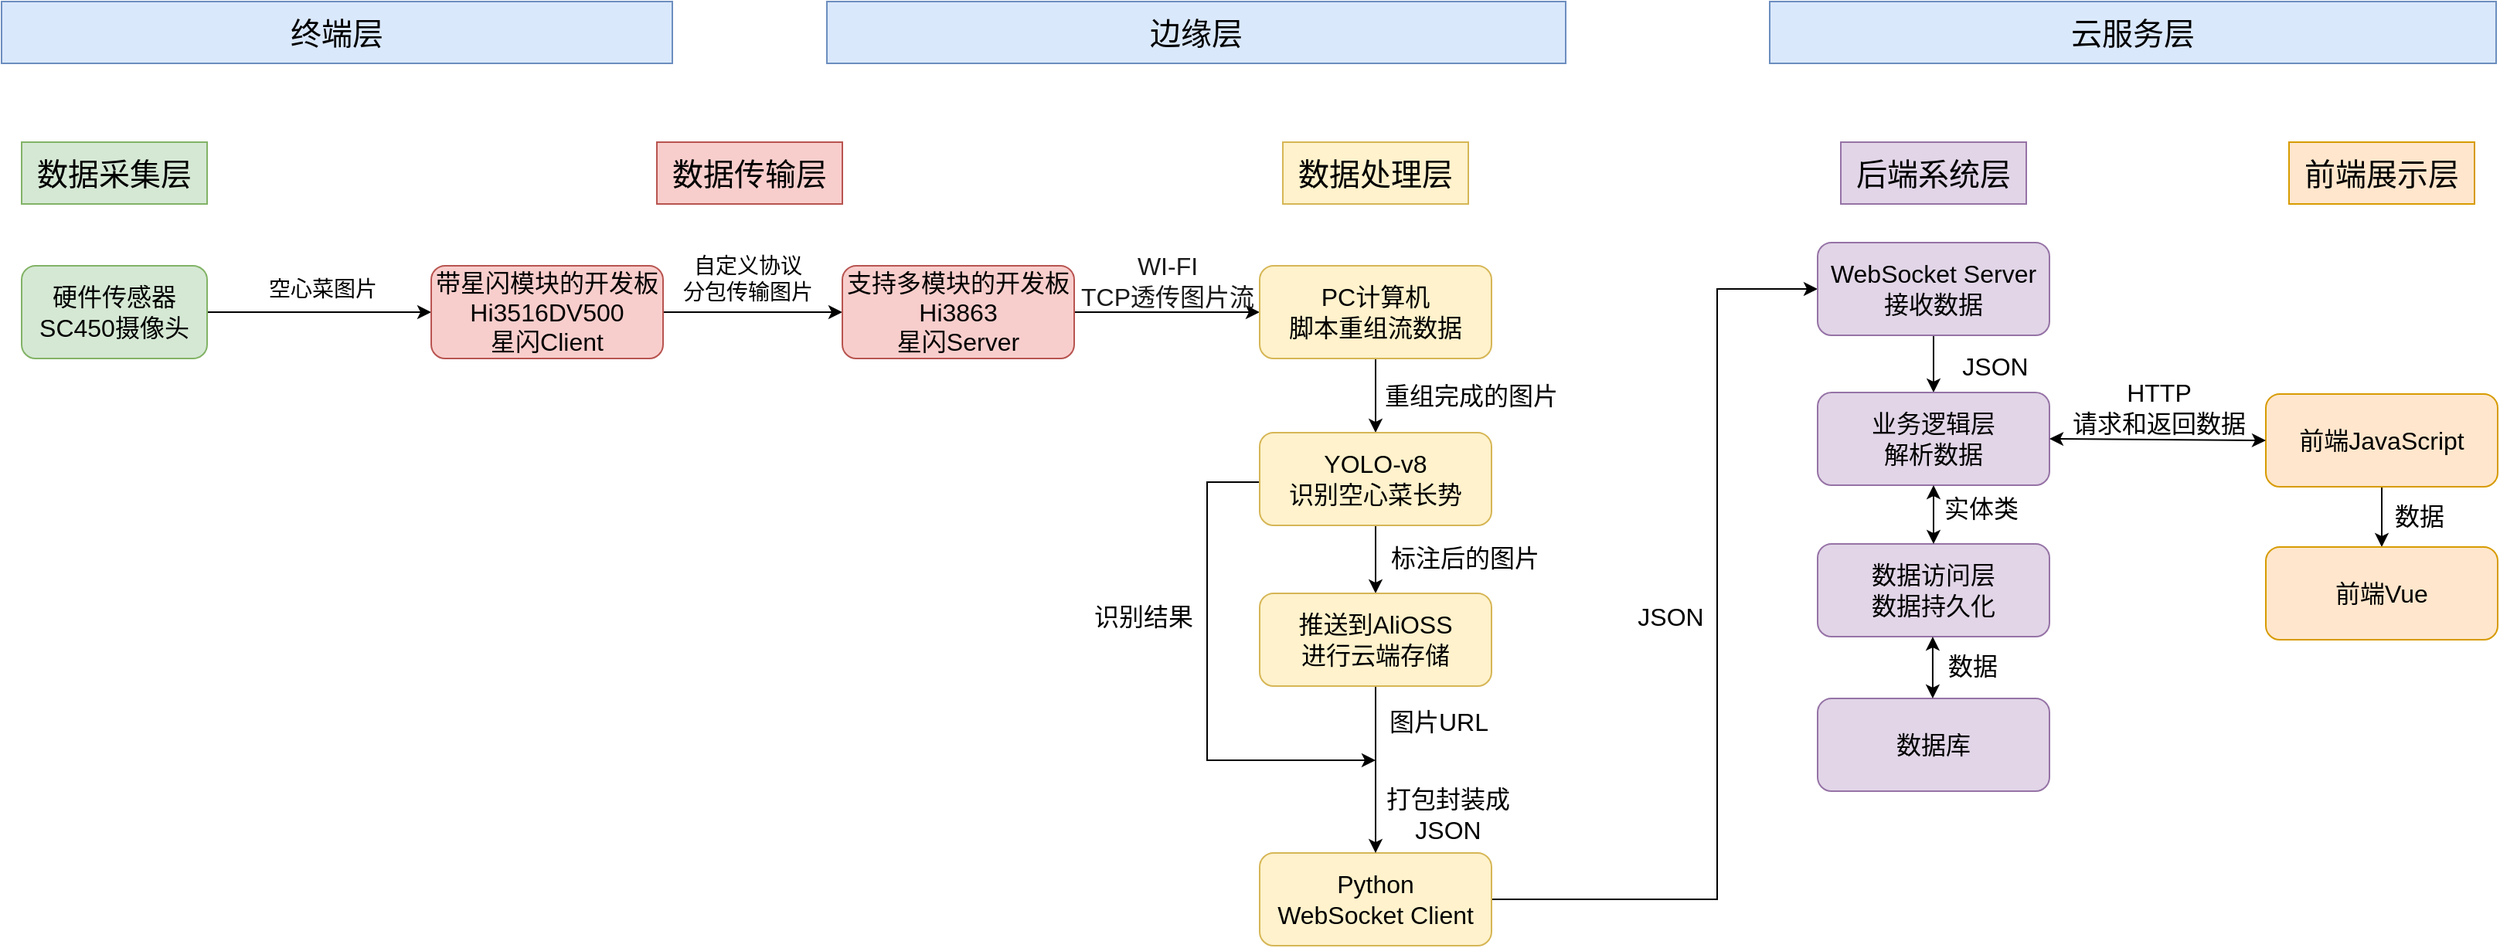
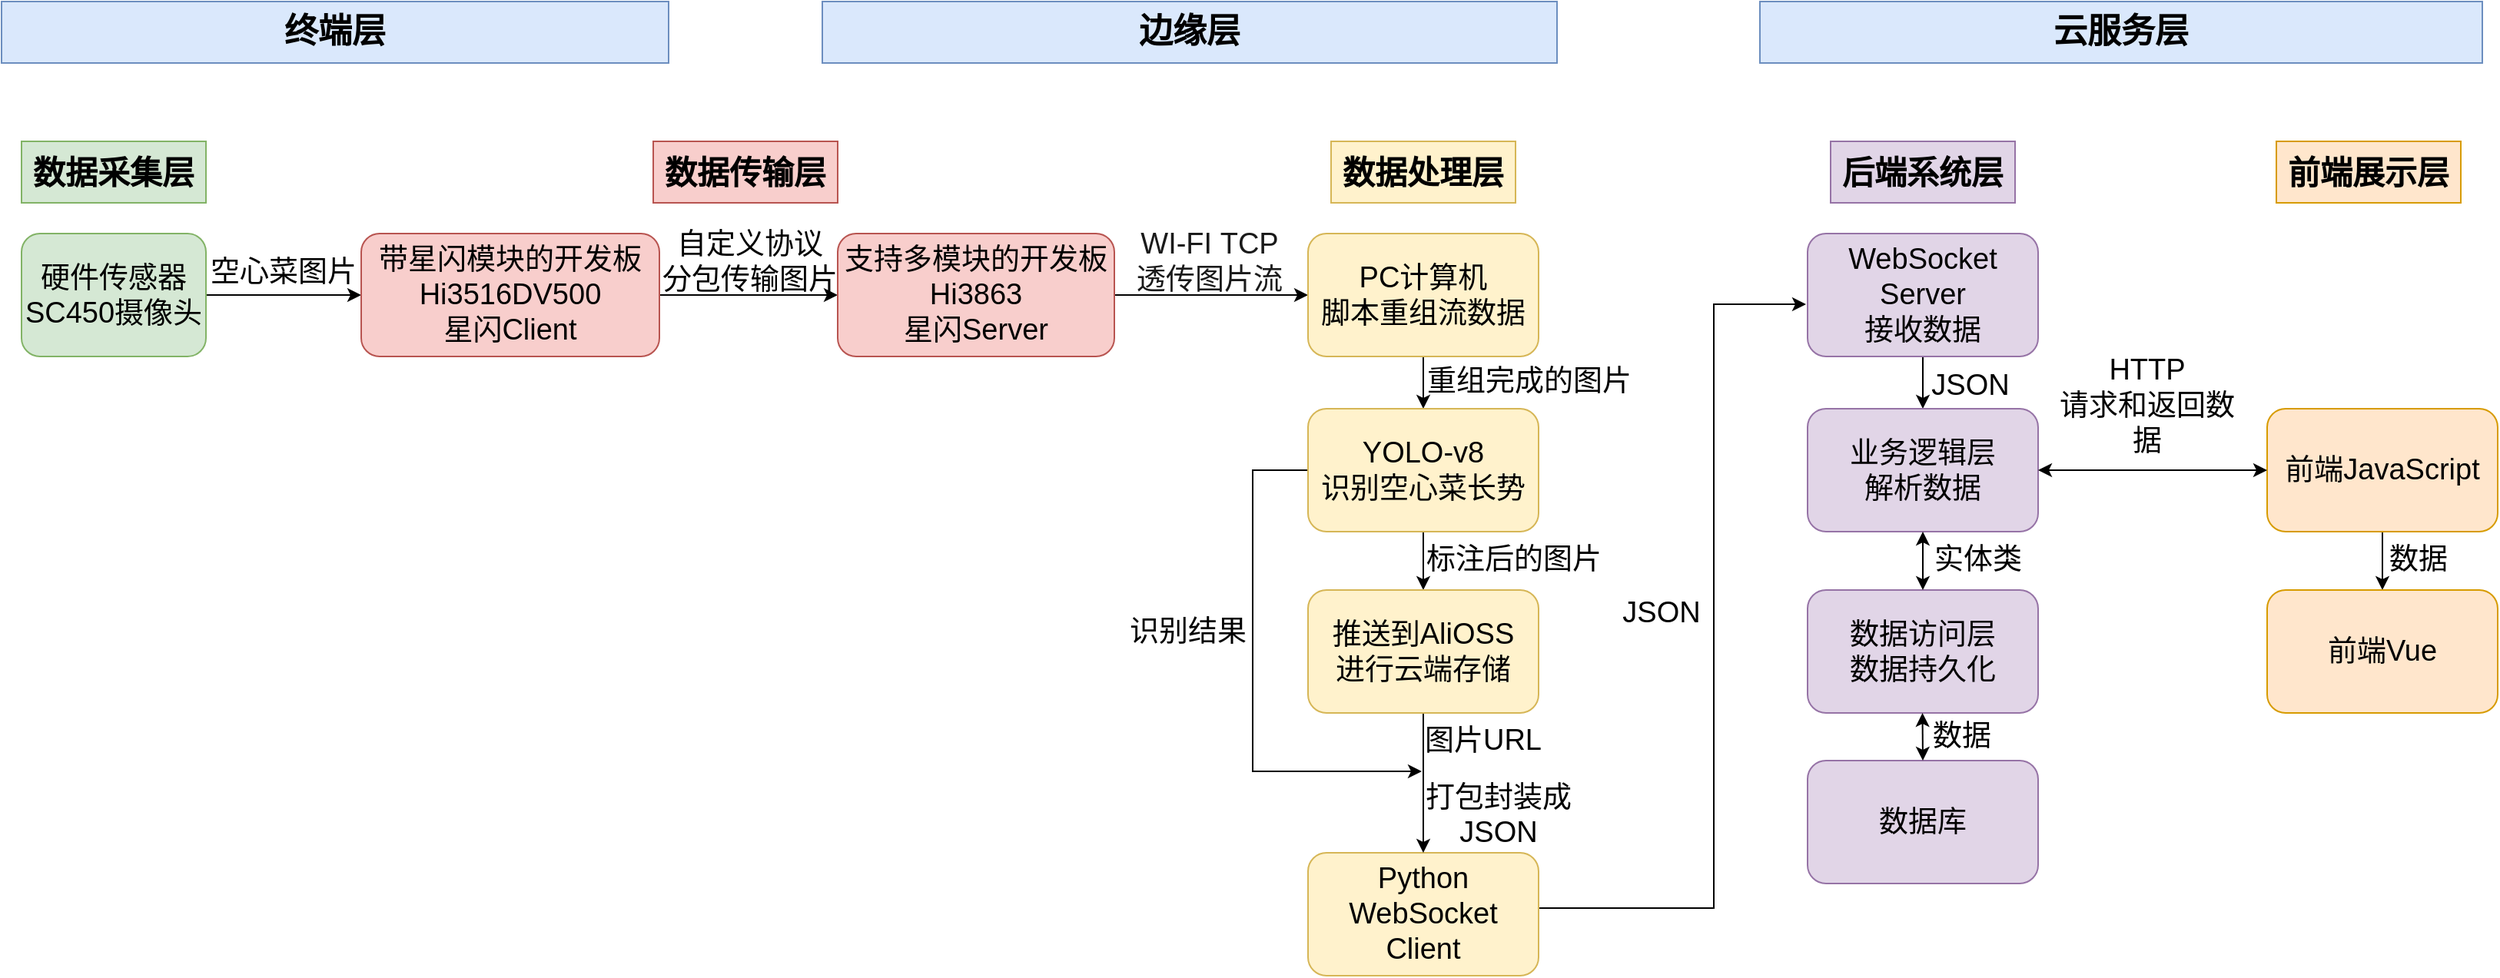
<mxfile host="app.diagrams.net" agent="Mozilla/5.0 (Windows NT 10.0; Win64; x64) AppleWebKit/537.36 (KHTML, like Gecko) Chrome/126.0.0.0 Safari/537.36">
  <diagram name="第 1 页" id="gskPCY7z24skU7jYZXO5">
-     <mxGraphModel dx="1698" dy="1195" grid="1" gridSize="10" guides="1" tooltips="1" connect="1" arrows="1" fold="1" page="1" pageScale="1" pageWidth="1654" pageHeight="2336" math="0" shadow="0">
+     <mxGraphModel dx="2076" dy="1460" grid="1" gridSize="10" guides="1" tooltips="1" connect="1" arrows="1" fold="1" page="1" pageScale="1" pageWidth="1654" pageHeight="2336" math="0" shadow="0">
      <root>
        <mxCell id="0" />
        <mxCell id="1" parent="0" />
-         <mxCell id="L0rwBrMiMggiHYlc6d-3-1" parent="1" style="rounded=0;whiteSpace=wrap;html=1;fillColor=#d5e8d4;strokeColor=#82b366;" value="&lt;font style=&quot;font-size: 20px;&quot;&gt;数据采集层&lt;/font&gt;" vertex="1">
+         <mxCell id="L0rwBrMiMggiHYlc6d-3-1" parent="1" style="rounded=0;whiteSpace=wrap;html=1;fillColor=#d5e8d4;strokeColor=#82b366;fontSize=21;fontStyle=1" value="&lt;font&gt;数据采集层&lt;/font&gt;" vertex="1">
          <mxGeometry height="40" width="120" x="29" y="150" as="geometry" />
        </mxCell>
-         <mxCell id="L0rwBrMiMggiHYlc6d-3-3" parent="1" style="rounded=0;whiteSpace=wrap;html=1;fillColor=#f8cecc;strokeColor=#b85450;" value="&lt;font style=&quot;font-size: 20px;&quot;&gt;数据传输层&lt;/font&gt;" vertex="1">
+         <mxCell id="L0rwBrMiMggiHYlc6d-3-3" parent="1" style="rounded=0;whiteSpace=wrap;html=1;fillColor=#f8cecc;strokeColor=#b85450;fontSize=21;fontStyle=1" value="&lt;font&gt;数据传输层&lt;/font&gt;" vertex="1">
          <mxGeometry height="40" width="120" x="440" y="150" as="geometry" />
        </mxCell>
-         <mxCell id="L0rwBrMiMggiHYlc6d-3-4" parent="1" style="rounded=0;whiteSpace=wrap;html=1;fillColor=#fff2cc;strokeColor=#d6b656;" value="&lt;font style=&quot;font-size: 20px;&quot;&gt;数据处理层&lt;/font&gt;" vertex="1">
-           <mxGeometry height="40" width="120" x="845" y="150" as="geometry" />
+         <mxCell id="L0rwBrMiMggiHYlc6d-3-4" parent="1" style="rounded=0;whiteSpace=wrap;html=1;fillColor=#fff2cc;strokeColor=#d6b656;fontSize=21;fontStyle=1" value="&lt;font&gt;数据处理层&lt;/font&gt;" vertex="1">
+           <mxGeometry height="40" width="120" x="881" y="150" as="geometry" />
        </mxCell>
-         <mxCell id="L0rwBrMiMggiHYlc6d-3-5" parent="1" style="rounded=0;whiteSpace=wrap;html=1;fillColor=#e1d5e7;strokeColor=#9673a6;" value="&lt;font style=&quot;font-size: 20px;&quot;&gt;后端系统层&lt;/font&gt;" vertex="1">
+         <mxCell id="L0rwBrMiMggiHYlc6d-3-5" parent="1" style="rounded=0;whiteSpace=wrap;html=1;fillColor=#e1d5e7;strokeColor=#9673a6;fontSize=21;fontStyle=1" value="&lt;font&gt;后端系统层&lt;/font&gt;" vertex="1">
          <mxGeometry height="40" width="120" x="1206" y="150" as="geometry" />
        </mxCell>
-         <mxCell id="L0rwBrMiMggiHYlc6d-3-8" edge="1" parent="1" source="L0rwBrMiMggiHYlc6d-3-6" style="edgeStyle=orthogonalEdgeStyle;rounded=0;orthogonalLoop=1;jettySize=auto;html=1;entryX=0;entryY=0.5;entryDx=0;entryDy=0;" target="L0rwBrMiMggiHYlc6d-3-7">
+         <mxCell id="pWlto3dpr9g_ybJGZqkb-5" edge="1" parent="1" source="L0rwBrMiMggiHYlc6d-3-6" style="edgeStyle=orthogonalEdgeStyle;rounded=0;orthogonalLoop=1;jettySize=auto;html=1;entryX=0;entryY=0.5;entryDx=0;entryDy=0;" target="L0rwBrMiMggiHYlc6d-3-7">
          <mxGeometry relative="1" as="geometry" />
        </mxCell>
-         <mxCell id="L0rwBrMiMggiHYlc6d-3-6" parent="1" style="rounded=1;whiteSpace=wrap;html=1;fillColor=#d5e8d4;strokeColor=#82b366;" value="&lt;font style=&quot;font-size: 16px;&quot;&gt;硬件传感器&lt;/font&gt;&lt;div&gt;&lt;span style=&quot;font-size: 16px;&quot;&gt;SC450摄像头&lt;/span&gt;&lt;/div&gt;" vertex="1">
-           <mxGeometry height="60" width="120" x="29" y="230" as="geometry" />
+         <mxCell id="L0rwBrMiMggiHYlc6d-3-6" parent="1" style="rounded=1;whiteSpace=wrap;html=1;fillColor=#d5e8d4;strokeColor=#82b366;fontSize=19;" value="&lt;font&gt;硬件传感器&lt;/font&gt;&lt;div&gt;&lt;span&gt;SC450摄像头&lt;/span&gt;&lt;/div&gt;" vertex="1">
+           <mxGeometry height="80" width="120" x="29" y="210" as="geometry" />
        </mxCell>
-         <mxCell id="XbLJS_SrIlYqJq26QQ-J-1" edge="1" parent="1" source="L0rwBrMiMggiHYlc6d-3-7" style="edgeStyle=orthogonalEdgeStyle;rounded=0;orthogonalLoop=1;jettySize=auto;html=1;entryX=0;entryY=0.5;entryDx=0;entryDy=0;" target="L0rwBrMiMggiHYlc6d-3-11">
+         <mxCell id="XbLJS_SrIlYqJq26QQ-J-1" edge="1" parent="1" source="L0rwBrMiMggiHYlc6d-3-7" style="edgeStyle=orthogonalEdgeStyle;rounded=0;orthogonalLoop=1;jettySize=auto;html=1;entryX=0;entryY=0.5;entryDx=0;entryDy=0;fontSize=19;" target="L0rwBrMiMggiHYlc6d-3-11">
          <mxGeometry relative="1" as="geometry" />
        </mxCell>
-         <mxCell id="L0rwBrMiMggiHYlc6d-3-7" parent="1" style="rounded=1;whiteSpace=wrap;html=1;fillColor=#f8cecc;strokeColor=#b85450;" value="&lt;div&gt;&lt;font style=&quot;font-size: 16px;&quot;&gt;带星闪模块的开发板&lt;/font&gt;&lt;/div&gt;&lt;font style=&quot;font-size: 16px;&quot;&gt;Hi3516DV500&lt;/font&gt;&lt;div&gt;&lt;font style=&quot;font-size: 16px;&quot;&gt;星闪Client&lt;/font&gt;&lt;/div&gt;" vertex="1">
-           <mxGeometry height="60" width="150" x="294" y="230" as="geometry" />
+         <mxCell id="L0rwBrMiMggiHYlc6d-3-7" parent="1" style="rounded=1;whiteSpace=wrap;html=1;fillColor=#f8cecc;strokeColor=#b85450;fontSize=19;" value="&lt;div&gt;&lt;font&gt;带星闪模块的开发板&lt;/font&gt;&lt;/div&gt;&lt;font&gt;Hi3516DV500&lt;/font&gt;&lt;div&gt;&lt;font&gt;星闪Client&lt;/font&gt;&lt;/div&gt;" vertex="1">
+           <mxGeometry height="80" width="194" x="250" y="210" as="geometry" />
        </mxCell>
-         <mxCell id="L0rwBrMiMggiHYlc6d-3-9" parent="1" style="text;html=1;whiteSpace=wrap;strokeColor=none;fillColor=none;align=center;verticalAlign=middle;rounded=0;" value="&lt;font style=&quot;font-size: 14px;&quot;&gt;空心菜图片&lt;/font&gt;" vertex="1">
-           <mxGeometry height="30" width="90" x="179" y="230" as="geometry" />
+         <mxCell id="L0rwBrMiMggiHYlc6d-3-9" parent="1" style="text;html=1;whiteSpace=wrap;strokeColor=none;fillColor=none;align=center;verticalAlign=middle;rounded=0;fontSize=19;" value="&lt;font&gt;空心菜图片&lt;/font&gt;" vertex="1">
+           <mxGeometry height="30" width="101" x="149" y="220" as="geometry" />
        </mxCell>
-         <mxCell id="XbLJS_SrIlYqJq26QQ-J-2" edge="1" parent="1" source="L0rwBrMiMggiHYlc6d-3-11" style="edgeStyle=orthogonalEdgeStyle;rounded=0;orthogonalLoop=1;jettySize=auto;html=1;entryX=0;entryY=0.5;entryDx=0;entryDy=0;" target="L0rwBrMiMggiHYlc6d-3-15">
+         <mxCell id="XbLJS_SrIlYqJq26QQ-J-2" edge="1" parent="1" source="L0rwBrMiMggiHYlc6d-3-11" style="edgeStyle=orthogonalEdgeStyle;rounded=0;orthogonalLoop=1;jettySize=auto;html=1;entryX=0;entryY=0.5;entryDx=0;entryDy=0;fontSize=19;" target="L0rwBrMiMggiHYlc6d-3-15">
          <mxGeometry relative="1" as="geometry">
            <mxPoint x="820" y="260" as="targetPoint" />
          </mxGeometry>
        </mxCell>
-         <mxCell id="L0rwBrMiMggiHYlc6d-3-11" parent="1" style="rounded=1;whiteSpace=wrap;html=1;fillColor=#f8cecc;strokeColor=#b85450;" value="&lt;div&gt;&lt;font style=&quot;font-size: 16px;&quot;&gt;支持多模块的开发板&lt;/font&gt;&lt;/div&gt;&lt;span style=&quot;font-size: 16px;&quot;&gt;Hi3863&lt;/span&gt;&lt;div&gt;&lt;span style=&quot;font-size: 16px;&quot;&gt;星闪Server&lt;/span&gt;&lt;/div&gt;" vertex="1">
-           <mxGeometry height="60" width="150" x="560" y="230" as="geometry" />
+         <mxCell id="L0rwBrMiMggiHYlc6d-3-11" parent="1" style="rounded=1;whiteSpace=wrap;html=1;fillColor=#f8cecc;strokeColor=#b85450;fontSize=19;" value="&lt;div&gt;&lt;font&gt;支持多模块的开发板&lt;/font&gt;&lt;/div&gt;&lt;span&gt;Hi3863&lt;/span&gt;&lt;div&gt;&lt;span&gt;星闪Server&lt;/span&gt;&lt;/div&gt;" vertex="1">
+           <mxGeometry height="80" width="180" x="560" y="210" as="geometry" />
        </mxCell>
-         <mxCell id="L0rwBrMiMggiHYlc6d-3-13" parent="1" style="text;html=1;whiteSpace=wrap;strokeColor=none;fillColor=none;align=center;verticalAlign=middle;rounded=0;" value="&lt;span style=&quot;font-size: 14px;&quot;&gt;自定义协议&lt;/span&gt;&lt;div&gt;&lt;span style=&quot;font-size: 14px;&quot;&gt;分包传输图片&lt;/span&gt;&lt;/div&gt;" vertex="1">
-           <mxGeometry height="30" width="88" x="455" y="223" as="geometry" />
+         <mxCell id="L0rwBrMiMggiHYlc6d-3-13" parent="1" style="text;html=1;whiteSpace=wrap;strokeColor=none;fillColor=none;align=center;verticalAlign=middle;rounded=0;fontSize=19;" value="&lt;span&gt;自定义协议&lt;/span&gt;&lt;div&gt;&lt;span&gt;分包传输图片&lt;/span&gt;&lt;/div&gt;" vertex="1">
+           <mxGeometry height="30" width="120" x="443" y="213" as="geometry" />
        </mxCell>
-         <mxCell id="nXouBc8YJ0bwODFElCw4-1" edge="1" parent="1" source="L0rwBrMiMggiHYlc6d-3-15" style="edgeStyle=orthogonalEdgeStyle;rounded=0;orthogonalLoop=1;jettySize=auto;html=1;entryX=0.5;entryY=0;entryDx=0;entryDy=0;" target="GJken1WwIgQvKtHYTESq-2">
+         <mxCell id="nXouBc8YJ0bwODFElCw4-1" edge="1" parent="1" source="L0rwBrMiMggiHYlc6d-3-15" style="edgeStyle=orthogonalEdgeStyle;rounded=0;orthogonalLoop=1;jettySize=auto;html=1;entryX=0.5;entryY=0;entryDx=0;entryDy=0;fontSize=19;" target="GJken1WwIgQvKtHYTESq-2">
          <mxGeometry relative="1" as="geometry" />
        </mxCell>
-         <mxCell id="L0rwBrMiMggiHYlc6d-3-15" parent="1" style="rounded=1;whiteSpace=wrap;html=1;fillColor=#fff2cc;strokeColor=#d6b656;" value="&lt;span style=&quot;font-size: 16px;&quot;&gt;PC计算机&lt;/span&gt;&lt;div&gt;&lt;span style=&quot;font-size: 16px;&quot;&gt;脚本重组流数据&lt;/span&gt;&lt;/div&gt;" vertex="1">
-           <mxGeometry height="60" width="150" x="830" y="230" as="geometry" />
+         <mxCell id="L0rwBrMiMggiHYlc6d-3-15" parent="1" style="rounded=1;whiteSpace=wrap;html=1;fillColor=#fff2cc;strokeColor=#d6b656;fontSize=19;" value="&lt;span&gt;PC计算机&lt;/span&gt;&lt;div&gt;&lt;span&gt;脚本重组流数据&lt;/span&gt;&lt;/div&gt;" vertex="1">
+           <mxGeometry height="80" width="150" x="866" y="210" as="geometry" />
        </mxCell>
-         <mxCell id="L0rwBrMiMggiHYlc6d-3-17" parent="1" style="text;html=1;whiteSpace=wrap;strokeColor=none;fillColor=none;align=center;verticalAlign=middle;rounded=0;" value="&lt;font style=&quot;font-size: 16px; color: rgb(26, 26, 26);&quot;&gt;WI-FI&lt;/font&gt;&lt;div&gt;&lt;font style=&quot;font-size: 16px; color: rgb(26, 26, 26);&quot;&gt;TCP透传图片流&lt;/font&gt;&lt;/div&gt;" vertex="1">
-           <mxGeometry height="30" width="117" x="712" y="225" as="geometry" />
+         <mxCell id="L0rwBrMiMggiHYlc6d-3-17" parent="1" style="text;html=1;whiteSpace=wrap;strokeColor=none;fillColor=none;align=center;verticalAlign=middle;rounded=0;fontSize=19;" value="&lt;font style=&quot;color: rgb(26, 26, 26);&quot;&gt;WI-FI&amp;nbsp;&lt;/font&gt;&lt;span style=&quot;color: light-dark(rgb(26, 26, 26), rgb(215, 215, 215)); background-color: transparent;&quot;&gt;TCP&lt;/span&gt;&lt;div&gt;&lt;span style=&quot;color: light-dark(rgb(26, 26, 26), rgb(215, 215, 215)); background-color: transparent;&quot;&gt;透传图片流&lt;/span&gt;&lt;/div&gt;" vertex="1">
+           <mxGeometry height="30" width="148" x="728" y="213" as="geometry" />
        </mxCell>
-         <mxCell id="nXouBc8YJ0bwODFElCw4-2" edge="1" parent="1" source="GJken1WwIgQvKtHYTESq-2" style="edgeStyle=orthogonalEdgeStyle;rounded=0;orthogonalLoop=1;jettySize=auto;html=1;entryX=0.5;entryY=0;entryDx=0;entryDy=0;" target="GJken1WwIgQvKtHYTESq-20">
+         <mxCell id="nXouBc8YJ0bwODFElCw4-2" edge="1" parent="1" source="GJken1WwIgQvKtHYTESq-2" style="edgeStyle=orthogonalEdgeStyle;rounded=0;orthogonalLoop=1;jettySize=auto;html=1;entryX=0.5;entryY=0;entryDx=0;entryDy=0;fontSize=19;" target="GJken1WwIgQvKtHYTESq-20">
          <mxGeometry relative="1" as="geometry" />
        </mxCell>
-         <mxCell id="nXouBc8YJ0bwODFElCw4-7" edge="1" parent="1" source="GJken1WwIgQvKtHYTESq-2" style="edgeStyle=orthogonalEdgeStyle;rounded=0;orthogonalLoop=1;jettySize=auto;html=1;">
+         <mxCell id="pWlto3dpr9g_ybJGZqkb-3" edge="1" parent="1" source="GJken1WwIgQvKtHYTESq-2" style="edgeStyle=orthogonalEdgeStyle;rounded=0;orthogonalLoop=1;jettySize=auto;html=1;">
          <mxGeometry relative="1" as="geometry">
            <Array as="points">
-               <mxPoint x="796" y="370" />
+               <mxPoint x="830" y="364" />
+               <mxPoint x="830" y="560" />
            </Array>
-             <mxPoint x="905" y="550" as="targetPoint" />
+             <mxPoint x="940" y="560" as="targetPoint" />
          </mxGeometry>
        </mxCell>
-         <mxCell id="GJken1WwIgQvKtHYTESq-2" parent="1" style="rounded=1;whiteSpace=wrap;html=1;fillColor=#fff2cc;strokeColor=#d6b656;" value="&lt;span style=&quot;font-size: 16px;&quot;&gt;YOLO-v8&lt;/span&gt;&lt;div&gt;&lt;span style=&quot;font-size: 16px;&quot;&gt;识别空心菜长势&lt;/span&gt;&lt;/div&gt;" vertex="1">
-           <mxGeometry height="60" width="150" x="830" y="338" as="geometry" />
+         <mxCell id="GJken1WwIgQvKtHYTESq-2" parent="1" style="rounded=1;whiteSpace=wrap;html=1;fillColor=#fff2cc;strokeColor=#d6b656;fontSize=19;" value="&lt;span&gt;YOLO-v8&lt;/span&gt;&lt;div&gt;&lt;span&gt;识别空心菜长势&lt;/span&gt;&lt;/div&gt;" vertex="1">
+           <mxGeometry height="80" width="150" x="866" y="324" as="geometry" />
        </mxCell>
-         <mxCell id="GJken1WwIgQvKtHYTESq-4" parent="1" style="text;html=1;whiteSpace=wrap;strokeColor=none;fillColor=none;align=center;verticalAlign=middle;rounded=0;" value="&lt;font style=&quot;font-size: 16px;&quot;&gt;重组完成的图片&lt;/font&gt;" vertex="1">
-           <mxGeometry height="30" width="120" x="907" y="299" as="geometry" />
+         <mxCell id="GJken1WwIgQvKtHYTESq-4" parent="1" style="text;html=1;whiteSpace=wrap;strokeColor=none;fillColor=none;align=center;verticalAlign=middle;rounded=0;fontSize=19;" value="&lt;font&gt;重组完成的图片&lt;/font&gt;" vertex="1">
+           <mxGeometry height="30" width="140" x="940" y="291" as="geometry" />
        </mxCell>
-         <mxCell id="GJken1WwIgQvKtHYTESq-13" edge="1" parent="1" source="GJken1WwIgQvKtHYTESq-5" style="edgeStyle=orthogonalEdgeStyle;rounded=0;orthogonalLoop=1;jettySize=auto;html=1;entryX=0;entryY=0.5;entryDx=0;entryDy=0;" target="GJken1WwIgQvKtHYTESq-12">
+         <mxCell id="pWlto3dpr9g_ybJGZqkb-4" edge="1" parent="1" style="edgeStyle=orthogonalEdgeStyle;rounded=0;orthogonalLoop=1;jettySize=auto;html=1;">
          <mxGeometry relative="1" as="geometry">
            <Array as="points">
-               <mxPoint x="1126" y="640" />
-               <mxPoint x="1126" y="245" />
+               <mxPoint x="1130" y="649" />
            </Array>
+             <mxPoint x="1016" y="649" as="sourcePoint" />
+             <mxPoint x="1190" y="256" as="targetPoint" />
          </mxGeometry>
        </mxCell>
-         <mxCell id="GJken1WwIgQvKtHYTESq-5" parent="1" style="rounded=1;whiteSpace=wrap;html=1;fillColor=#fff2cc;strokeColor=#d6b656;" value="&lt;span style=&quot;font-size: 16px; background-color: transparent; color: light-dark(rgb(0, 0, 0), rgb(255, 255, 255));&quot;&gt;Python&lt;/span&gt;&lt;div&gt;&lt;div&gt;&lt;span style=&quot;font-size: 16px; background-color: transparent; color: light-dark(rgb(0, 0, 0), rgb(255, 255, 255));&quot;&gt;WebSocket Client&lt;/span&gt;&lt;/div&gt;&lt;/div&gt;" vertex="1">
-           <mxGeometry height="60" width="150" x="830" y="610" as="geometry" />
+         <mxCell id="GJken1WwIgQvKtHYTESq-5" parent="1" style="rounded=1;whiteSpace=wrap;html=1;fillColor=#fff2cc;strokeColor=#d6b656;fontSize=19;" value="&lt;span style=&quot;background-color: transparent; color: light-dark(rgb(0, 0, 0), rgb(255, 255, 255));&quot;&gt;Python&lt;/span&gt;&lt;div&gt;&lt;div&gt;&lt;span style=&quot;background-color: transparent; color: light-dark(rgb(0, 0, 0), rgb(255, 255, 255));&quot;&gt;WebSocket Client&lt;/span&gt;&lt;/div&gt;&lt;/div&gt;" vertex="1">
+           <mxGeometry height="80" width="150" x="866" y="613" as="geometry" />
        </mxCell>
-         <mxCell id="pmu65a81Hqsq_qOfShTV-16" edge="1" parent="1" source="GJken1WwIgQvKtHYTESq-12" style="edgeStyle=orthogonalEdgeStyle;rounded=0;orthogonalLoop=1;jettySize=auto;html=1;entryX=0.5;entryY=0;entryDx=0;entryDy=0;" target="GJken1WwIgQvKtHYTESq-15">
+         <mxCell id="pmu65a81Hqsq_qOfShTV-16" edge="1" parent="1" source="GJken1WwIgQvKtHYTESq-12" style="edgeStyle=orthogonalEdgeStyle;rounded=0;orthogonalLoop=1;jettySize=auto;html=1;entryX=0.5;entryY=0;entryDx=0;entryDy=0;fontSize=19;" target="GJken1WwIgQvKtHYTESq-15">
          <mxGeometry relative="1" as="geometry" />
        </mxCell>
-         <mxCell id="GJken1WwIgQvKtHYTESq-12" parent="1" style="rounded=1;whiteSpace=wrap;html=1;fillColor=#e1d5e7;strokeColor=#9673a6;" value="&lt;span style=&quot;font-size: 16px;&quot;&gt;WebSocket Server&lt;/span&gt;&lt;div&gt;&lt;span style=&quot;font-size: 16px;&quot;&gt;接收数据&lt;/span&gt;&lt;/div&gt;" vertex="1">
-           <mxGeometry height="60" width="150" x="1191" y="215" as="geometry" />
+         <mxCell id="GJken1WwIgQvKtHYTESq-12" parent="1" style="rounded=1;whiteSpace=wrap;html=1;fillColor=#e1d5e7;strokeColor=#9673a6;fontSize=19;" value="&lt;span&gt;WebSocket Server&lt;/span&gt;&lt;div&gt;&lt;span&gt;接收数据&lt;/span&gt;&lt;/div&gt;" vertex="1">
+           <mxGeometry height="80" width="150" x="1191" y="210" as="geometry" />
        </mxCell>
-         <mxCell id="GJken1WwIgQvKtHYTESq-14" parent="1" style="text;html=1;whiteSpace=wrap;strokeColor=none;fillColor=none;align=center;verticalAlign=middle;rounded=0;" value="&lt;span style=&quot;font-size: 16px;&quot;&gt;JSON&lt;/span&gt;" vertex="1">
+         <mxCell id="GJken1WwIgQvKtHYTESq-14" parent="1" style="text;html=1;whiteSpace=wrap;strokeColor=none;fillColor=none;align=center;verticalAlign=middle;rounded=0;fontSize=19;" value="&lt;span&gt;JSON&lt;/span&gt;" vertex="1">
          <mxGeometry height="30" width="120" x="1036" y="442" as="geometry" />
        </mxCell>
-         <mxCell id="GJken1WwIgQvKtHYTESq-15" parent="1" style="rounded=1;whiteSpace=wrap;html=1;fillColor=#e1d5e7;strokeColor=#9673a6;" value="&lt;span style=&quot;font-size: 16px;&quot;&gt;业务逻辑层&lt;/span&gt;&lt;div&gt;&lt;span style=&quot;font-size: 16px;&quot;&gt;解析数据&lt;/span&gt;&lt;/div&gt;" vertex="1">
-           <mxGeometry height="60" width="150" x="1191" y="312" as="geometry" />
+         <mxCell id="GJken1WwIgQvKtHYTESq-15" parent="1" style="rounded=1;whiteSpace=wrap;html=1;fillColor=#e1d5e7;strokeColor=#9673a6;fontSize=19;" value="&lt;span&gt;业务逻辑层&lt;/span&gt;&lt;div&gt;&lt;span&gt;解析数据&lt;/span&gt;&lt;/div&gt;" vertex="1">
+           <mxGeometry height="80" width="150" x="1191" y="324" as="geometry" />
        </mxCell>
-         <mxCell id="GJken1WwIgQvKtHYTESq-16" parent="1" style="rounded=1;whiteSpace=wrap;html=1;fillColor=#e1d5e7;strokeColor=#9673a6;" value="&lt;span style=&quot;font-size: 16px;&quot;&gt;数据访问层&lt;/span&gt;&lt;div&gt;&lt;span style=&quot;font-size: 16px;&quot;&gt;数据持久化&lt;/span&gt;&lt;/div&gt;" vertex="1">
-           <mxGeometry height="60" width="150" x="1191" y="410" as="geometry" />
+         <mxCell id="GJken1WwIgQvKtHYTESq-16" parent="1" style="rounded=1;whiteSpace=wrap;html=1;fillColor=#e1d5e7;strokeColor=#9673a6;fontSize=19;" value="&lt;span&gt;数据访问层&lt;/span&gt;&lt;div&gt;&lt;span&gt;数据持久化&lt;/span&gt;&lt;/div&gt;" vertex="1">
+           <mxGeometry height="80" width="150" x="1191" y="442" as="geometry" />
        </mxCell>
-         <mxCell id="nXouBc8YJ0bwODFElCw4-5" edge="1" parent="1" source="GJken1WwIgQvKtHYTESq-20" style="edgeStyle=orthogonalEdgeStyle;rounded=0;orthogonalLoop=1;jettySize=auto;html=1;entryX=0.5;entryY=0;entryDx=0;entryDy=0;" target="GJken1WwIgQvKtHYTESq-5">
+         <mxCell id="nXouBc8YJ0bwODFElCw4-5" edge="1" parent="1" source="GJken1WwIgQvKtHYTESq-20" style="edgeStyle=orthogonalEdgeStyle;rounded=0;orthogonalLoop=1;jettySize=auto;html=1;entryX=0.5;entryY=0;entryDx=0;entryDy=0;fontSize=19;" target="GJken1WwIgQvKtHYTESq-5">
          <mxGeometry relative="1" as="geometry" />
        </mxCell>
-         <mxCell id="GJken1WwIgQvKtHYTESq-20" parent="1" style="rounded=1;whiteSpace=wrap;html=1;fillColor=#fff2cc;strokeColor=#d6b656;" value="&lt;span style=&quot;font-size: 16px;&quot;&gt;推送到AliOSS&lt;/span&gt;&lt;div&gt;&lt;span style=&quot;font-size: 16px;&quot;&gt;进行云端存储&lt;/span&gt;&lt;/div&gt;" vertex="1">
-           <mxGeometry height="60" width="150" x="830" y="442" as="geometry" />
+         <mxCell id="GJken1WwIgQvKtHYTESq-20" parent="1" style="rounded=1;whiteSpace=wrap;html=1;fillColor=#fff2cc;strokeColor=#d6b656;fontSize=19;" value="&lt;span&gt;推送到AliOSS&lt;/span&gt;&lt;div&gt;&lt;span&gt;进行云端存储&lt;/span&gt;&lt;/div&gt;" vertex="1">
+           <mxGeometry height="80" width="150" x="866" y="442" as="geometry" />
        </mxCell>
-         <mxCell id="GJken1WwIgQvKtHYTESq-27" parent="1" style="text;html=1;whiteSpace=wrap;strokeColor=none;fillColor=none;align=center;verticalAlign=middle;rounded=0;" value="&lt;span style=&quot;font-size: 16px;&quot;&gt;JSON&lt;/span&gt;" vertex="1">
-           <mxGeometry height="30" width="120" x="1246" y="280" as="geometry" />
+         <mxCell id="GJken1WwIgQvKtHYTESq-27" parent="1" style="text;html=1;whiteSpace=wrap;strokeColor=none;fillColor=none;align=center;verticalAlign=middle;rounded=0;fontSize=19;" value="&lt;span&gt;JSON&lt;/span&gt;" vertex="1">
+           <mxGeometry height="30" width="120" x="1237" y="294" as="geometry" />
        </mxCell>
-         <mxCell id="GJken1WwIgQvKtHYTESq-29" parent="1" style="text;html=1;whiteSpace=wrap;strokeColor=none;fillColor=none;align=center;verticalAlign=middle;rounded=0;" value="&lt;span style=&quot;font-size: 16px;&quot;&gt;实体类&lt;/span&gt;" vertex="1">
-           <mxGeometry height="30" width="50" x="1272" y="372" as="geometry" />
+         <mxCell id="GJken1WwIgQvKtHYTESq-29" parent="1" style="text;html=1;whiteSpace=wrap;strokeColor=none;fillColor=none;align=center;verticalAlign=middle;rounded=0;fontSize=19;" value="&lt;span&gt;实体类&lt;/span&gt;" vertex="1">
+           <mxGeometry height="30" width="78" x="1263" y="407" as="geometry" />
        </mxCell>
-         <mxCell id="GJken1WwIgQvKtHYTESq-30" parent="1" style="rounded=1;whiteSpace=wrap;html=1;fillColor=#e1d5e7;strokeColor=#9673a6;" value="&lt;span style=&quot;font-size: 16px;&quot;&gt;数据库&lt;/span&gt;" vertex="1">
-           <mxGeometry height="60" width="150" x="1191" y="510" as="geometry" />
+         <mxCell id="GJken1WwIgQvKtHYTESq-30" parent="1" style="rounded=1;whiteSpace=wrap;html=1;fillColor=#e1d5e7;strokeColor=#9673a6;fontSize=19;" value="&lt;span&gt;数据库&lt;/span&gt;" vertex="1">
+           <mxGeometry height="80" width="150" x="1191" y="553" as="geometry" />
        </mxCell>
-         <mxCell id="GJken1WwIgQvKtHYTESq-33" parent="1" style="text;html=1;whiteSpace=wrap;strokeColor=none;fillColor=none;align=center;verticalAlign=middle;rounded=0;" value="&lt;span style=&quot;font-size: 16px;&quot;&gt;数据&lt;/span&gt;" vertex="1">
-           <mxGeometry height="30" width="41" x="1270.5" y="474" as="geometry" />
+         <mxCell id="GJken1WwIgQvKtHYTESq-33" parent="1" style="text;html=1;whiteSpace=wrap;strokeColor=none;fillColor=none;align=center;verticalAlign=middle;rounded=0;fontSize=19;" value="&lt;span&gt;数据&lt;/span&gt;" vertex="1">
+           <mxGeometry height="30" width="41" x="1270.5" y="522" as="geometry" />
        </mxCell>
-         <mxCell id="nXouBc8YJ0bwODFElCw4-4" parent="1" style="text;html=1;whiteSpace=wrap;strokeColor=none;fillColor=none;align=center;verticalAlign=middle;rounded=0;" value="&lt;font style=&quot;font-size: 16px;&quot;&gt;标注后的图片&lt;/font&gt;" vertex="1">
-           <mxGeometry height="30" width="120" x="903" y="404" as="geometry" />
+         <mxCell id="nXouBc8YJ0bwODFElCw4-4" parent="1" style="text;html=1;whiteSpace=wrap;strokeColor=none;fillColor=none;align=center;verticalAlign=middle;rounded=0;fontSize=19;" value="&lt;font&gt;标注后的图片&lt;/font&gt;" vertex="1">
+           <mxGeometry height="30" width="120" x="940" y="407" as="geometry" />
        </mxCell>
-         <mxCell id="nXouBc8YJ0bwODFElCw4-6" parent="1" style="text;html=1;whiteSpace=wrap;strokeColor=none;fillColor=none;align=center;verticalAlign=middle;rounded=0;" value="&lt;span style=&quot;font-size: 16px;&quot;&gt;图片URL&lt;/span&gt;" vertex="1">
-           <mxGeometry height="30" width="120" x="886" y="510" as="geometry" />
+         <mxCell id="nXouBc8YJ0bwODFElCw4-6" parent="1" style="text;html=1;whiteSpace=wrap;strokeColor=none;fillColor=none;align=center;verticalAlign=middle;rounded=0;fontSize=19;" value="&lt;span&gt;图片URL&lt;/span&gt;" vertex="1">
+           <mxGeometry height="30" width="120" x="920" y="525" as="geometry" />
        </mxCell>
-         <mxCell id="nXouBc8YJ0bwODFElCw4-8" parent="1" style="text;html=1;whiteSpace=wrap;strokeColor=none;fillColor=none;align=center;verticalAlign=middle;rounded=0;" value="&lt;span style=&quot;font-size: 16px;&quot;&gt;识别结果&lt;/span&gt;" vertex="1">
-           <mxGeometry height="30" width="120" x="695" y="442" as="geometry" />
+         <mxCell id="nXouBc8YJ0bwODFElCw4-8" parent="1" style="text;html=1;whiteSpace=wrap;strokeColor=none;fillColor=none;align=center;verticalAlign=middle;rounded=0;fontSize=19;" value="&lt;span&gt;识别结果&lt;/span&gt;" vertex="1">
+           <mxGeometry height="30" width="120" x="728" y="454" as="geometry" />
        </mxCell>
-         <mxCell id="nXouBc8YJ0bwODFElCw4-9" parent="1" style="text;html=1;whiteSpace=wrap;strokeColor=none;fillColor=none;align=center;verticalAlign=middle;rounded=0;" value="&lt;span style=&quot;font-size: 16px;&quot;&gt;打包封装成JSON&lt;/span&gt;" vertex="1">
-           <mxGeometry height="30" width="120" x="892" y="570" as="geometry" />
+         <mxCell id="nXouBc8YJ0bwODFElCw4-9" parent="1" style="text;html=1;whiteSpace=wrap;strokeColor=none;fillColor=none;align=center;verticalAlign=middle;rounded=0;fontSize=19;" value="&lt;span&gt;打包封装成JSON&lt;/span&gt;" vertex="1">
+           <mxGeometry height="30" width="120" x="930" y="573" as="geometry" />
        </mxCell>
-         <mxCell id="pmu65a81Hqsq_qOfShTV-11" parent="1" style="rounded=0;whiteSpace=wrap;html=1;fillColor=#dae8fc;strokeColor=#6c8ebf;" value="&lt;span style=&quot;font-size: 20px;&quot;&gt;终端层&lt;/span&gt;" vertex="1">
+         <mxCell id="pmu65a81Hqsq_qOfShTV-11" parent="1" style="rounded=0;whiteSpace=wrap;html=1;fillColor=#dae8fc;strokeColor=#6c8ebf;fontSize=22;fontStyle=1" value="&lt;span&gt;终端层&lt;/span&gt;" vertex="1">
          <mxGeometry height="40" width="434" x="16" y="59" as="geometry" />
        </mxCell>
-         <mxCell id="pmu65a81Hqsq_qOfShTV-12" parent="1" style="rounded=0;whiteSpace=wrap;html=1;fillColor=#dae8fc;strokeColor=#6c8ebf;" value="&lt;span style=&quot;font-size: 20px;&quot;&gt;边缘层&lt;/span&gt;" vertex="1">
+         <mxCell id="pmu65a81Hqsq_qOfShTV-12" parent="1" style="rounded=0;whiteSpace=wrap;html=1;fillColor=#dae8fc;strokeColor=#6c8ebf;fontSize=22;fontStyle=1" value="&lt;span&gt;边缘层&lt;/span&gt;" vertex="1">
          <mxGeometry height="40" width="478" x="550" y="59" as="geometry" />
        </mxCell>
-         <mxCell id="pmu65a81Hqsq_qOfShTV-14" parent="1" style="rounded=0;whiteSpace=wrap;html=1;fillColor=#dae8fc;strokeColor=#6c8ebf;" value="&lt;span style=&quot;font-size: 20px;&quot;&gt;云服务层&lt;/span&gt;" vertex="1">
+         <mxCell id="pmu65a81Hqsq_qOfShTV-14" parent="1" style="rounded=0;whiteSpace=wrap;html=1;fillColor=#dae8fc;strokeColor=#6c8ebf;fontSize=22;fontStyle=1" value="&lt;span&gt;云服务层&lt;/span&gt;" vertex="1">
          <mxGeometry height="40" width="470" x="1160" y="59" as="geometry" />
        </mxCell>
-         <mxCell id="pmu65a81Hqsq_qOfShTV-23" edge="1" parent="1" source="pmu65a81Hqsq_qOfShTV-15" style="edgeStyle=orthogonalEdgeStyle;rounded=0;orthogonalLoop=1;jettySize=auto;html=1;entryX=0.5;entryY=0;entryDx=0;entryDy=0;" target="pmu65a81Hqsq_qOfShTV-22">
+         <mxCell id="pmu65a81Hqsq_qOfShTV-23" edge="1" parent="1" source="pmu65a81Hqsq_qOfShTV-15" style="edgeStyle=orthogonalEdgeStyle;rounded=0;orthogonalLoop=1;jettySize=auto;html=1;entryX=0.5;entryY=0;entryDx=0;entryDy=0;fontSize=19;" target="pmu65a81Hqsq_qOfShTV-22">
          <mxGeometry relative="1" as="geometry" />
        </mxCell>
-         <mxCell id="pmu65a81Hqsq_qOfShTV-15" parent="1" style="rounded=1;whiteSpace=wrap;html=1;fillColor=#ffe6cc;strokeColor=#d79b00;" value="&lt;span style=&quot;font-size: 16px;&quot;&gt;前端JavaScript&lt;/span&gt;" vertex="1">
-           <mxGeometry height="60" width="150" x="1481" y="313" as="geometry" />
+         <mxCell id="pmu65a81Hqsq_qOfShTV-15" parent="1" style="rounded=1;whiteSpace=wrap;html=1;fillColor=#ffe6cc;strokeColor=#d79b00;fontSize=19;" value="&lt;span&gt;前端JavaScript&lt;/span&gt;" vertex="1">
+           <mxGeometry height="80" width="150" x="1490" y="324" as="geometry" />
        </mxCell>
-         <mxCell id="pmu65a81Hqsq_qOfShTV-18" edge="1" parent="1" source="GJken1WwIgQvKtHYTESq-15" style="endArrow=classic;startArrow=classic;html=1;rounded=0;exitX=1;exitY=0.5;exitDx=0;exitDy=0;entryX=0;entryY=0.5;entryDx=0;entryDy=0;" target="pmu65a81Hqsq_qOfShTV-15" value="">
+         <mxCell id="pmu65a81Hqsq_qOfShTV-18" edge="1" parent="1" source="GJken1WwIgQvKtHYTESq-15" style="endArrow=classic;startArrow=classic;html=1;rounded=0;exitX=1;exitY=0.5;exitDx=0;exitDy=0;entryX=0;entryY=0.5;entryDx=0;entryDy=0;fontSize=19;" target="pmu65a81Hqsq_qOfShTV-15" value="">
          <mxGeometry height="50" relative="1" width="50" as="geometry">
            <mxPoint x="1346" y="410" as="sourcePoint" />
            <mxPoint x="1386" y="370" as="targetPoint" />
          </mxGeometry>
        </mxCell>
-         <mxCell id="pmu65a81Hqsq_qOfShTV-19" edge="1" parent="1" style="endArrow=classic;startArrow=classic;html=1;rounded=0;" value="">
+         <mxCell id="pmu65a81Hqsq_qOfShTV-19" edge="1" parent="1" source="GJken1WwIgQvKtHYTESq-30" style="endArrow=classic;startArrow=classic;html=1;rounded=0;fontSize=19;exitX=0.5;exitY=0;exitDx=0;exitDy=0;" value="">
          <mxGeometry height="50" relative="1" width="50" as="geometry">
-             <mxPoint x="1265.47" y="510" as="sourcePoint" />
-             <mxPoint x="1265.47" y="470" as="targetPoint" />
+             <mxPoint x="1266" y="550" as="sourcePoint" />
+             <mxPoint x="1265.75" y="522" as="targetPoint" />
          </mxGeometry>
        </mxCell>
-         <mxCell id="pmu65a81Hqsq_qOfShTV-20" edge="1" parent="1" style="endArrow=classic;startArrow=classic;html=1;rounded=0;entryX=0.5;entryY=1;entryDx=0;entryDy=0;" target="GJken1WwIgQvKtHYTESq-15" value="">
+         <mxCell id="pmu65a81Hqsq_qOfShTV-20" edge="1" parent="1" source="GJken1WwIgQvKtHYTESq-16" style="endArrow=classic;startArrow=classic;html=1;rounded=0;entryX=0.5;entryY=1;entryDx=0;entryDy=0;fontSize=19;exitX=0.5;exitY=0;exitDx=0;exitDy=0;" target="GJken1WwIgQvKtHYTESq-15" value="">
          <mxGeometry height="50" relative="1" width="50" as="geometry">
-             <mxPoint x="1266" y="410" as="sourcePoint" />
-             <mxPoint x="1265.47" y="400" as="targetPoint" />
+             <mxPoint x="1266" y="427" as="sourcePoint" />
+             <mxPoint x="1265.47" y="417" as="targetPoint" />
          </mxGeometry>
        </mxCell>
-         <mxCell id="pmu65a81Hqsq_qOfShTV-21" parent="1" style="text;html=1;whiteSpace=wrap;strokeColor=none;fillColor=none;align=center;verticalAlign=middle;rounded=0;" value="&lt;span style=&quot;font-size: 16px;&quot;&gt;HTTP&lt;/span&gt;&lt;div&gt;&lt;span style=&quot;font-size: 16px;&quot;&gt;请求和返回数据&lt;/span&gt;&lt;/div&gt;" vertex="1">
+         <mxCell id="pmu65a81Hqsq_qOfShTV-21" parent="1" style="text;html=1;whiteSpace=wrap;strokeColor=none;fillColor=none;align=center;verticalAlign=middle;rounded=0;fontSize=19;" value="&lt;span&gt;HTTP&lt;/span&gt;&lt;div&gt;&lt;span&gt;请求和返回数据&lt;/span&gt;&lt;/div&gt;" vertex="1">
          <mxGeometry height="30" width="120" x="1352" y="307" as="geometry" />
        </mxCell>
-         <mxCell id="pmu65a81Hqsq_qOfShTV-22" parent="1" style="rounded=1;whiteSpace=wrap;html=1;fillColor=#ffe6cc;strokeColor=#d79b00;" value="&lt;span style=&quot;font-size: 16px;&quot;&gt;前端Vue&lt;/span&gt;" vertex="1">
-           <mxGeometry height="60" width="150" x="1481" y="412" as="geometry" />
+         <mxCell id="pmu65a81Hqsq_qOfShTV-22" parent="1" style="rounded=1;whiteSpace=wrap;html=1;fillColor=#ffe6cc;strokeColor=#d79b00;fontSize=19;" value="&lt;span&gt;前端Vue&lt;/span&gt;" vertex="1">
+           <mxGeometry height="80" width="150" x="1490" y="442" as="geometry" />
        </mxCell>
-         <mxCell id="pmu65a81Hqsq_qOfShTV-25" parent="1" style="text;html=1;whiteSpace=wrap;strokeColor=none;fillColor=none;align=center;verticalAlign=middle;rounded=0;" value="&lt;span style=&quot;font-size: 16px;&quot;&gt;数据&lt;/span&gt;" vertex="1">
-           <mxGeometry height="30" width="41" x="1560" y="377" as="geometry" />
+         <mxCell id="pmu65a81Hqsq_qOfShTV-25" parent="1" style="text;html=1;whiteSpace=wrap;strokeColor=none;fillColor=none;align=center;verticalAlign=middle;rounded=0;fontSize=19;" value="&lt;span&gt;数据&lt;/span&gt;" vertex="1">
+           <mxGeometry height="30" width="41" x="1568" y="407" as="geometry" />
        </mxCell>
-         <mxCell id="XbLJS_SrIlYqJq26QQ-J-4" parent="1" style="rounded=0;whiteSpace=wrap;html=1;fillColor=#ffe6cc;strokeColor=#d79b00;" value="&lt;font style=&quot;font-size: 20px;&quot;&gt;前端展示层&lt;/font&gt;" vertex="1">
+         <mxCell id="XbLJS_SrIlYqJq26QQ-J-4" parent="1" style="rounded=0;whiteSpace=wrap;html=1;fillColor=#ffe6cc;strokeColor=#d79b00;fontSize=21;fontStyle=1" value="&lt;font&gt;前端展示层&lt;/font&gt;" vertex="1">
          <mxGeometry height="40" width="120" x="1496" y="150" as="geometry" />
        </mxCell>
      </root>
    </mxGraphModel>
  </diagram>
</mxfile>
